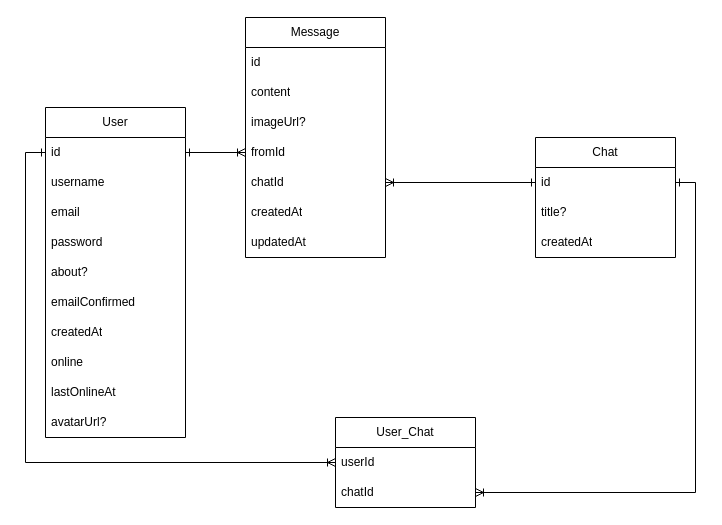
Earlier version of the draw.io diagram DB_Diagram.drawio (SergeyBogomolovv/grekasgram). Source tidied: cells renumbered, new cells numbered last; positions are measured from the earlier drawing's top-left corner, leaving out a move shared by most shapes. Both pictures are drawn from the tidied source at 100%, with x=0, y=0 at pixel (45, 17).
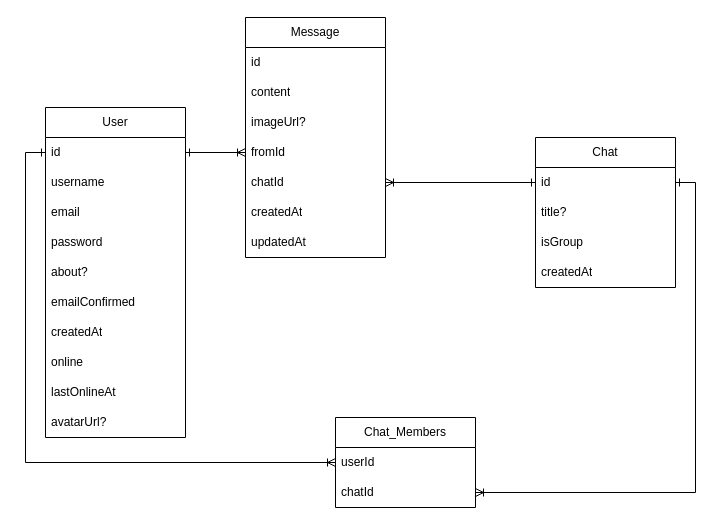
After the change.

Commit message (it also covers changes not shown here):
feat(database): add isGroup flag to chat entity

The edit, as a diff of the source:
```diff
@@
     <mxCell id="21" value="Chat" style="swimlane;fontStyle=0;horizontal=1;startSize=30;whiteSpace=wrap;html=1;" parent="1" vertex="1">
-      <mxGeometry x="490" y="120" width="140" height="120" as="geometry" />
+      <mxGeometry x="490" y="120" width="140" height="150" as="geometry" />
     </mxCell>
@@
+    <mxCell id="32" value="isGroup" style="text;strokeColor=none;fillColor=none;align=left;verticalAlign=middle;spacingLeft=4;spacingRight=4;overflow=hidden;whiteSpace=wrap;html=1;" parent="21" vertex="1">
+      <mxGeometry y="90" width="140" height="30" as="geometry" />
+    </mxCell>
     <mxCell id="24" value="createdAt" style="text;strokeColor=none;fillColor=none;align=left;verticalAlign=middle;spacingLeft=4;spacingRight=4;overflow=hidden;whiteSpace=wrap;html=1;" parent="21" vertex="1">
-      <mxGeometry y="90" width="140" height="30" as="geometry" />
+      <mxGeometry y="120" width="140" height="30" as="geometry" />
     </mxCell>
-    <mxCell id="25" value="User_Chat" style="swimlane;fontStyle=0;horizontal=1;startSize=30;whiteSpace=wrap;html=1;" parent="1" vertex="1">
+    <mxCell id="25" value="Chat_Members" style="swimlane;fontStyle=0;horizontal=1;startSize=30;whiteSpace=wrap;html=1;" parent="1" vertex="1">
       <mxGeometry x="290" y="400" width="140" height="90" as="geometry" />
     </mxCell>
```
